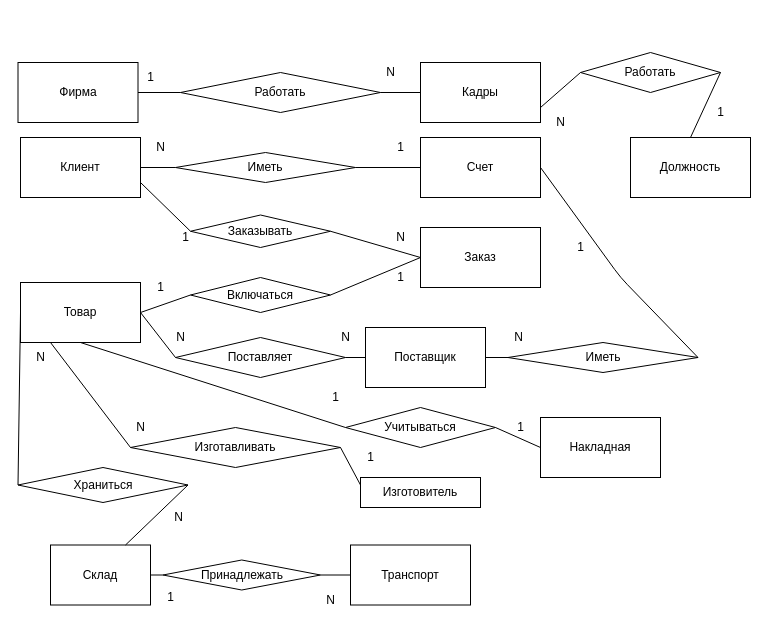
The draw.io diagram Летняя/MY_KURS/основная малая диаграмма.drawio in stanislaumich/1-, before the edit. Source tidied: cells renumbered, new cells numbered last; positions are measured from the earlier drawing's top-left corner, leaving out a move shared by most shapes. Both pictures are drawn from the tidied source at 100%, with x=0, y=0 at pixel (18, 52).
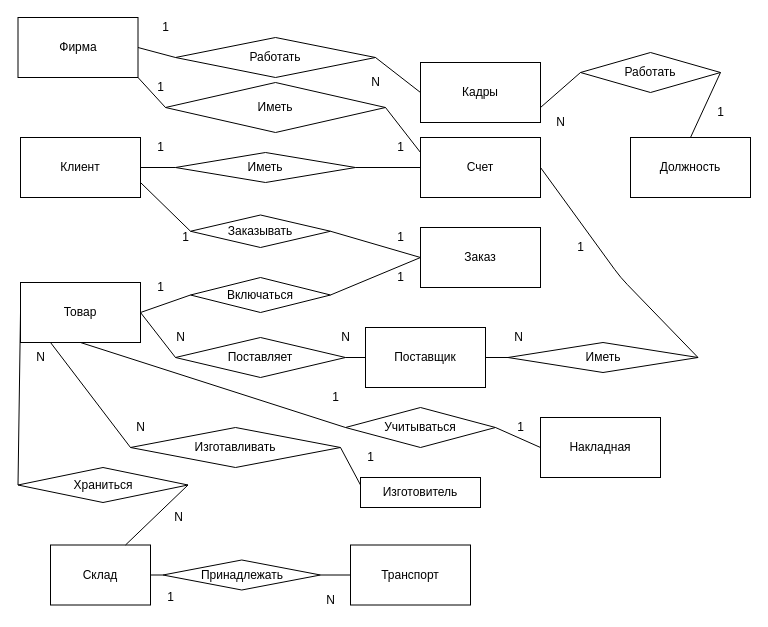
The same diagram, later.

Unchanged cells that the change refers to:
```xml
<mxCell id="7" value="Счет" style="rounded=0;whiteSpace=wrap;html=1;" parent="1" vertex="1">
  <mxGeometry x="402" y="85" width="120" height="60" as="geometry" />
</mxCell>
```

What changed in the source:
```diff
@@
     <mxCell id="3" value="Фирма" style="rounded=0;whiteSpace=wrap;html=1;" parent="1" vertex="1">
-      <mxGeometry x="-0.5" y="10" width="120" height="60" as="geometry" />
+      <mxGeometry x="-0.5" y="-35" width="120" height="60" as="geometry" />
     </mxCell>
@@
     <mxCell id="21" value="Работать" style="rhombus;whiteSpace=wrap;html=1;" parent="1" vertex="1">
-      <mxGeometry x="162" y="20" width="200" height="40" as="geometry" />
+      <mxGeometry x="157" y="-15" width="200" height="40" as="geometry" />
     </mxCell>
@@
-    <mxCell id="43" value="N" style="text;html=1;align=center;verticalAlign=middle;strokeColor=none;" parent="1" vertex="1">
+    <mxCell id="43" value="1" style="text;html=1;align=center;verticalAlign=middle;strokeColor=none;" parent="1" vertex="1">
       <mxGeometry x="132" y="85" width="20" height="20" as="geometry" />
     </mxCell>
-    <mxCell id="44" value="N" style="text;html=1;align=center;verticalAlign=middle;strokeColor=none;" parent="1" vertex="1">
+    <mxCell id="44" value="1" style="text;html=1;align=center;verticalAlign=middle;strokeColor=none;" parent="1" vertex="1">
       <mxGeometry x="372" y="175" width="20" height="20" as="geometry" />
     </mxCell>
     <mxCell id="45" value="1" style="text;html=1;align=center;verticalAlign=middle;strokeColor=none;" parent="1" vertex="1">
-      <mxGeometry x="122" y="15" width="20" height="20" as="geometry" />
+      <mxGeometry x="137" y="-35" width="20" height="20" as="geometry" />
     </mxCell>
     <mxCell id="46" value="N" style="text;html=1;align=center;verticalAlign=middle;strokeColor=none;" parent="1" vertex="1">
-      <mxGeometry x="362" y="10" width="20" height="20" as="geometry" />
+      <mxGeometry x="347" y="20" width="20" height="20" as="geometry" />
     </mxCell>
@@
+    <mxCell id="71" value="Иметь" style="rhombus;whiteSpace=wrap;html=1;" parent="1" vertex="1">
+      <mxGeometry x="147" y="30" width="220" height="50" as="geometry" />
+    </mxCell>
+    <mxCell id="72" style="endArrow=none;html=1;entryX=1;entryY=1;entryDx=0;entryDy=0;exitX=0;exitY=0.5;exitDx=0;exitDy=0;" parent="1" edge="1" source="71" target="3">
+      <mxGeometry relative="1" as="geometry" />
+    </mxCell>
+    <mxCell id="73" style="endArrow=none;html=1;entryX=0;entryY=0.25;entryDx=0;entryDy=0;exitX=1;exitY=0.5;exitDx=0;exitDy=0;" parent="1" edge="1" source="71" target="7">
+      <mxGeometry relative="1" as="geometry" />
+    </mxCell>
+    <mxCell id="74" value="1" style="text;html=1;align=center;verticalAlign=middle;strokeColor=none;" parent="1" vertex="1">
+      <mxGeometry x="132" y="25" width="20" height="20" as="geometry" />
+    </mxCell>
```
